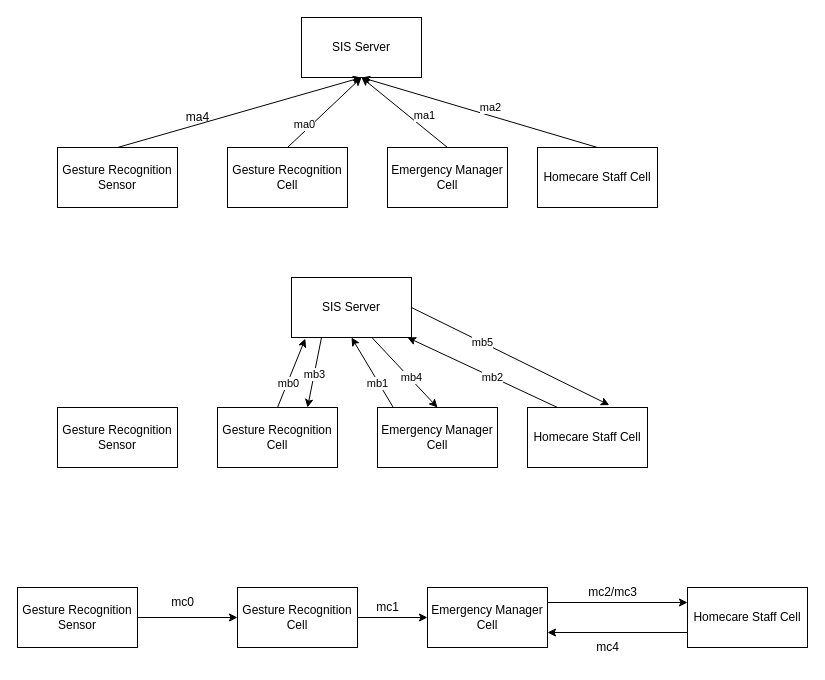
The draw.io diagram page "第 1 页" (1 of 2) of se_ex4.drawio in Tianyu9748/hello-world, before the edit. Source tidied: cells renumbered, new cells numbered last; positions are measured from the earlier drawing's top-left corner, leaving out a move shared by most shapes. Both pictures are drawn from the tidied source at 100%, with x=0, y=0 at pixel (17, 17).
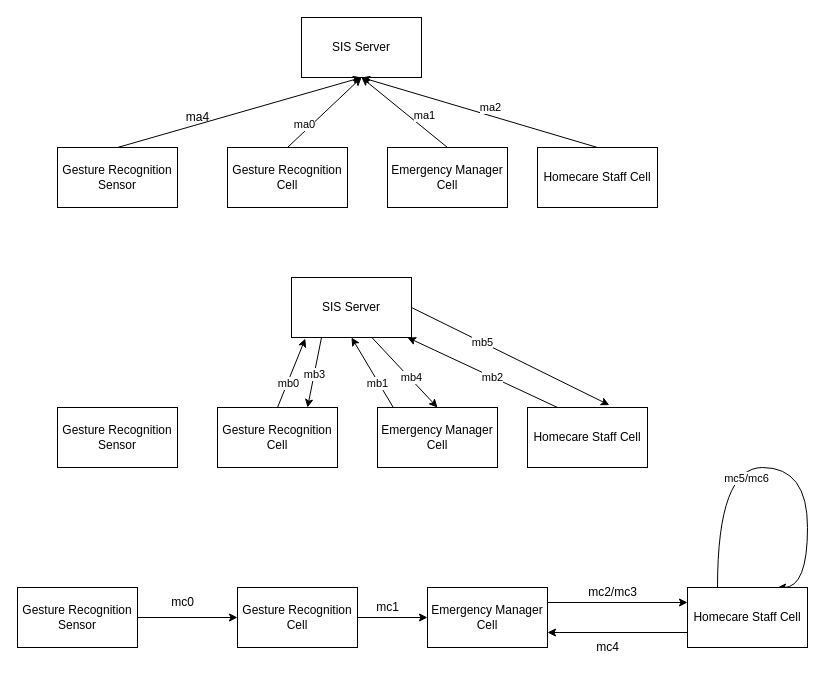
The same diagram, later.

Unchanged cells that the change refers to:
```xml
<mxCell id="34" value="Homecare Staff Cell" style="rounded=0;whiteSpace=wrap;html=1;" parent="1" vertex="1">
  <mxGeometry x="670" y="570" width="120" height="60" as="geometry" />
</mxCell>
```

Diff of the diagram source:
```diff
@@
+    <mxCell id="44" style="edgeStyle=orthogonalEdgeStyle;orthogonalLoop=1;jettySize=auto;html=1;exitX=0.25;exitY=0;exitDx=0;exitDy=0;curved=1;entryX=0.75;entryY=0;entryDx=0;entryDy=0;" parent="1" edge="1" source="34" target="34">
+      <mxGeometry relative="1" as="geometry">
+        <Array as="points">
+          <mxPoint x="700" y="450" />
+          <mxPoint x="790" y="450" />
+          <mxPoint x="790" y="570" />
+        </Array>
+      </mxGeometry>
+    </mxCell>
+    <mxCell id="45" value="mc5/mc6" style="edgeLabel;html=1;align=center;verticalAlign=middle;" parent="44" vertex="1">
+      <mxGeometry x="-0.18" y="-10" relative="1" as="geometry" />
+    </mxCell>
```
